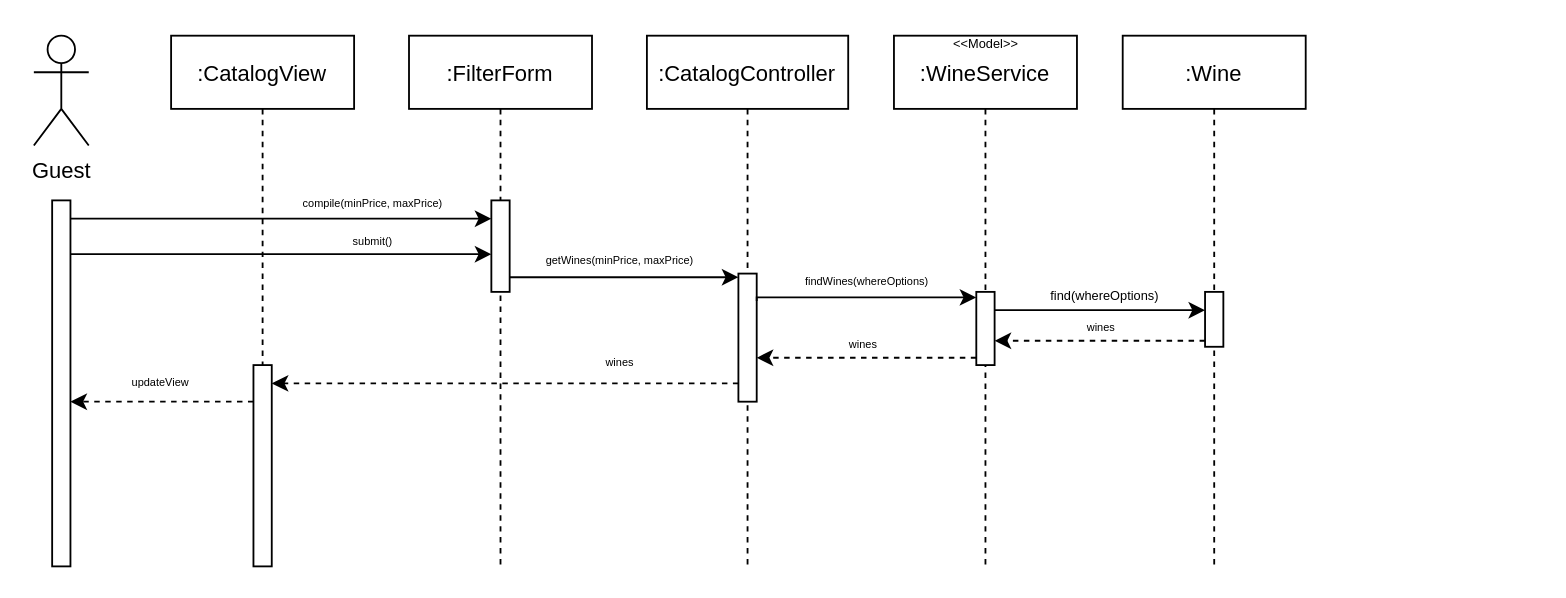
This is page "Filter" (3 of 3) of Docs/Requirements Analysis/Diagrams/Sequence Diagrams/Catalogo/Winer.Catalogo.drawio from Gprisco/winer-unisa, a draw.io file, before an edit. Source tidied: cells renumbered, new cells numbered last; positions are measured from the earlier drawing's top-left corner, leaving out a move shared by most shapes. Both pictures are drawn from the tidied source at 183%, with x=0, y=0 at pixel (33, 35).
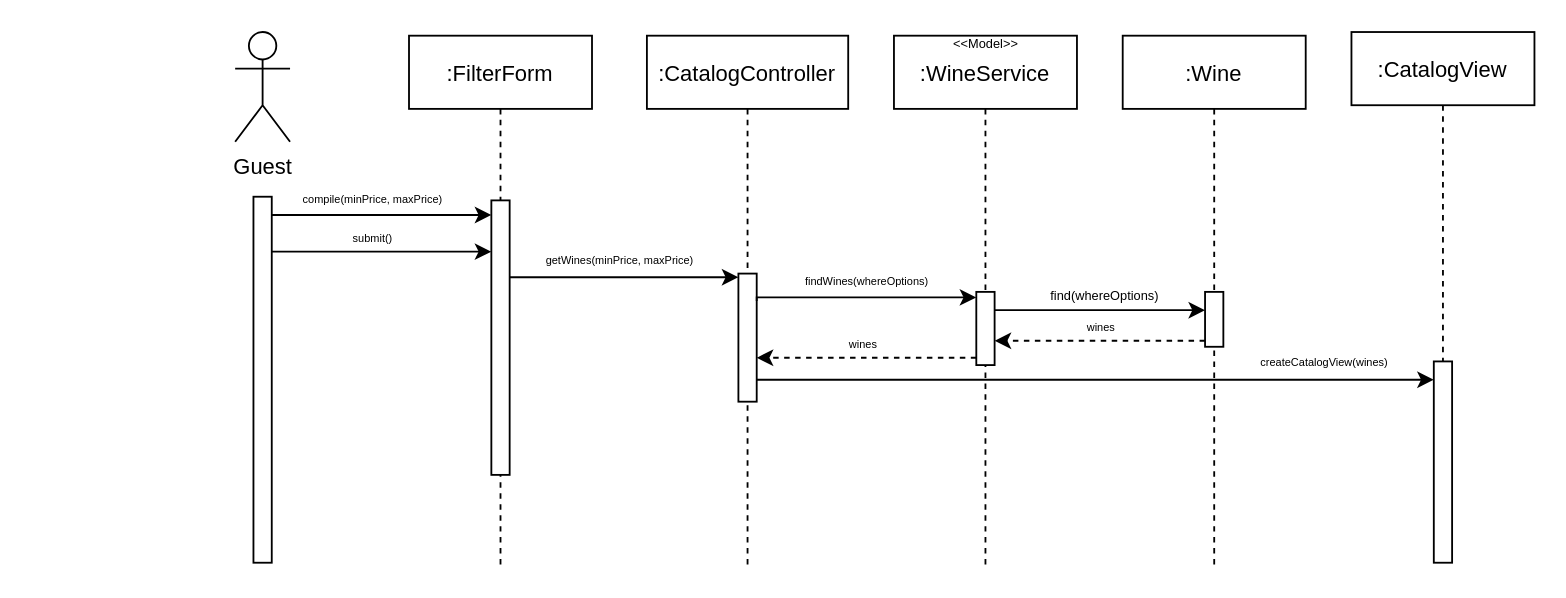
After the change.

The change refers to these unchanged cells:
```xml
<mxCell id="2" value=":FilterForm" style="shape=umlLifeline;perimeter=lifelinePerimeter;rounded=0;shadow=0;strokeWidth=1;" parent="1" vertex="1">
  <mxGeometry x="205" width="100" height="290" as="geometry" />
</mxCell>
<mxCell id="8" style="points=[];perimeter=orthogonalPerimeter;rounded=0;shadow=0;strokeWidth=1;" parent="7" vertex="1">
  <mxGeometry x="50" y="130" width="10" height="70" as="geometry" />
</mxCell>
<mxCell id="30" style="points=[];perimeter=orthogonalPerimeter;rounded=0;shadow=0;strokeWidth=1;" parent="29" vertex="1">
  <mxGeometry x="45" y="180" width="10" height="110" as="geometry" />
</mxCell>
```

What changed in the source:
```diff
@@
     <mxCell id="3" style="points=[];perimeter=orthogonalPerimeter;rounded=0;shadow=0;strokeWidth=1;" parent="2" vertex="1">
-      <mxGeometry x="45" y="90" width="10" height="50" as="geometry" />
+      <mxGeometry x="45" y="90" width="10" height="150" as="geometry" />
     </mxCell>
     <mxCell id="4" value="Guest" style="shape=umlActor;verticalLabelPosition=bottom;verticalAlign=top;html=1;" parent="1" vertex="1">
-      <mxGeometry width="30" height="60" as="geometry" />
+      <mxGeometry x="110" y="-2" width="30" height="60" as="geometry" />
     </mxCell>
     <mxCell id="5" style="edgeStyle=orthogonalEdgeStyle;rounded=0;jettySize=auto;html=1;" parent="1" edge="1" source="6" target="3">
       <mxGeometry relative="1" as="geometry">
         <Array as="points">
-          <mxPoint x="95" y="100" />
-          <mxPoint x="95" y="100" />
+          <mxPoint x="205" y="98" />
+          <mxPoint x="205" y="98" />
         </Array>
       </mxGeometry>
     </mxCell>
+    <mxCell id="33" style="edgeStyle=orthogonalEdgeStyle;rounded=0;jettySize=auto;html=1;" parent="1" edge="1" source="6" target="3">
+      <mxGeometry relative="1" as="geometry">
+        <Array as="points">
+          <mxPoint x="160" y="118" />
+          <mxPoint x="160" y="118" />
+        </Array>
+      </mxGeometry>
+    </mxCell>
     <mxCell id="6" style="points=[];perimeter=orthogonalPerimeter;rounded=0;shadow=0;strokeWidth=1;" parent="1" vertex="1">
-      <mxGeometry x="10" y="90" width="10" height="200" as="geometry" />
+      <mxGeometry x="120" y="88" width="10" height="200" as="geometry" />
     </mxCell>
@@
     <mxCell id="9" value="compile(minPrice, maxPrice)" style="text;html=1;align=center;verticalAlign=middle;strokeColor=none;fillColor=none;fontSize=6;" parent="1" vertex="1">
-      <mxGeometry x="140" y="87" width="90" height="10" as="geometry" />
+      <mxGeometry x="140" y="85" width="90" height="10" as="geometry" />
     </mxCell>
@@
     <mxCell id="15" value="submit()" style="text;html=1;align=center;verticalAlign=middle;strokeColor=none;fillColor=none;fontSize=6;" parent="1" vertex="1">
-      <mxGeometry x="165" y="108" width="40" height="10" as="geometry" />
+      <mxGeometry x="165" y="106" width="40" height="10" as="geometry" />
     </mxCell>
-    <mxCell id="16" style="edgeStyle=orthogonalEdgeStyle;rounded=0;jettySize=auto;html=1;" parent="1" edge="1" target="3">
-      <mxGeometry relative="1" as="geometry">
-        <mxPoint x="20" y="119.4" as="sourcePoint" />
-        <Array as="points">
-          <mxPoint x="195" y="119" />
-          <mxPoint x="195" y="119" />
-        </Array>
-      </mxGeometry>
-    </mxCell>
@@
-    <mxCell id="21" value="wines" style="text;html=1;align=center;verticalAlign=middle;strokeColor=none;fillColor=none;fontSize=6;" parent="1" vertex="1">
-      <mxGeometry x="305" y="174" width="30" height="10" as="geometry" />
-    </mxCell>
-    <mxCell id="22" style="edgeStyle=orthogonalEdgeStyle;rounded=0;jettySize=auto;html=1;dashed=1;" parent="1" edge="1" source="8" target="30">
-      <mxGeometry relative="1" as="geometry">
-        <Array as="points">
-          <mxPoint x="325" y="190" />
-          <mxPoint x="325" y="190" />
-        </Array>
-      </mxGeometry>
-    </mxCell>
@@
     <mxCell id="29" value=":CatalogView" style="shape=umlLifeline;perimeter=lifelinePerimeter;rounded=0;shadow=0;strokeWidth=1;" parent="1" vertex="1">
-      <mxGeometry x="75" width="100" height="290" as="geometry" />
+      <mxGeometry x="720" y="-2" width="100" height="290" as="geometry" />
     </mxCell>
@@
-    <mxCell id="31" style="edgeStyle=orthogonalEdgeStyle;rounded=0;jettySize=auto;html=1;dashed=1;" parent="29" edge="1" source="30">
-      <mxGeometry relative="1" as="geometry">
-        <mxPoint x="-55" y="200" as="targetPoint" />
-        <Array as="points">
-          <mxPoint x="-55" y="200" />
-        </Array>
-      </mxGeometry>
-    </mxCell>
-    <mxCell id="32" value="updateView" style="text;html=1;align=center;verticalAlign=middle;strokeColor=none;fillColor=none;fontSize=6;" parent="1" vertex="1">
-      <mxGeometry x="44" y="185" width="50" height="10" as="geometry" />
-    </mxCell>
+    <mxCell id="22" style="edgeStyle=orthogonalEdgeStyle;rounded=0;jettySize=auto;html=1;" parent="1" edge="1" source="8" target="30">
+      <mxGeometry relative="1" as="geometry">
+        <Array as="points">
+          <mxPoint x="490" y="188" />
+          <mxPoint x="490" y="188" />
+        </Array>
+      </mxGeometry>
+    </mxCell>
+    <mxCell id="34" value="createCatalogView(wines)" style="text;html=1;align=center;verticalAlign=middle;strokeColor=none;fillColor=none;fontSize=6;" parent="1" vertex="1">
+      <mxGeometry x="660" y="174" width="90" height="10" as="geometry" />
+    </mxCell>
```
